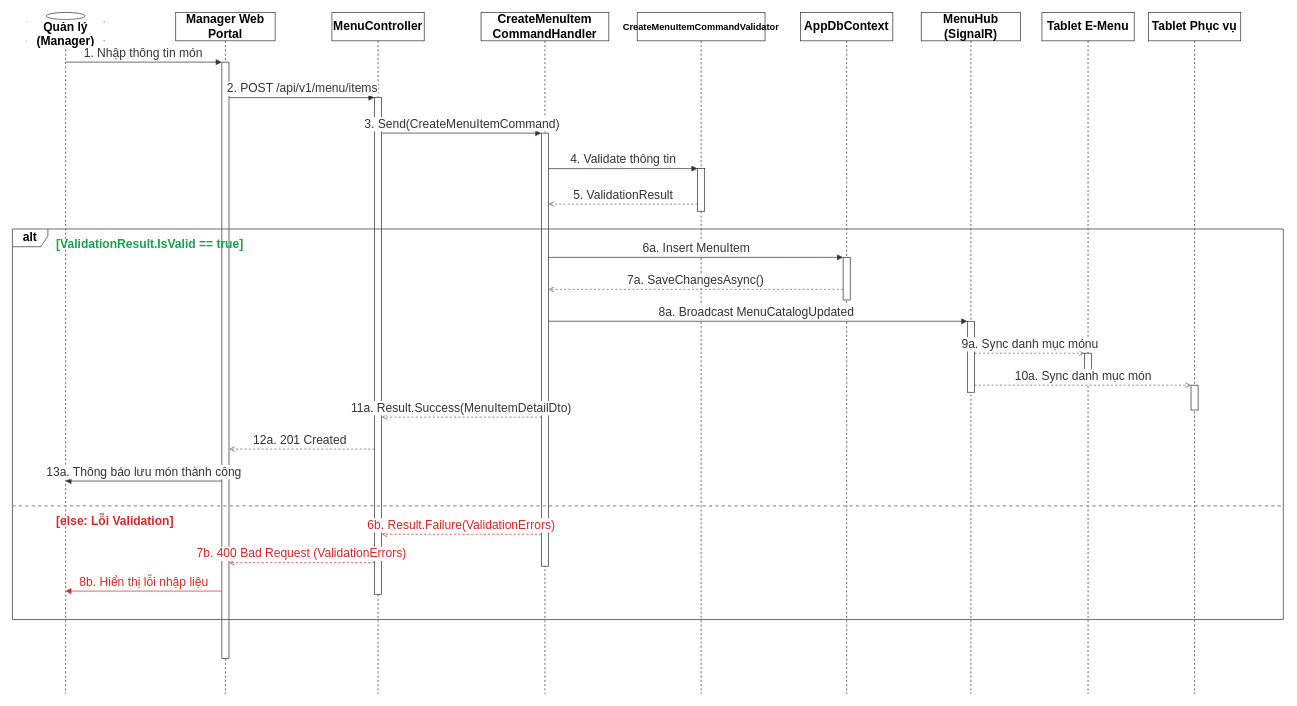
Earlier version of the draw.io diagram docs/phase1/drawio/sd11_menu_management.drawio (AndrewQng/VinDining). Source tidied: cells renumbered, new cells numbered last; positions are measured from the earlier drawing's top-left corner, leaving out a move shared by most shapes. Both pictures are drawn from the tidied source at 71%, with x=0, y=0 at pixel (12, 12).
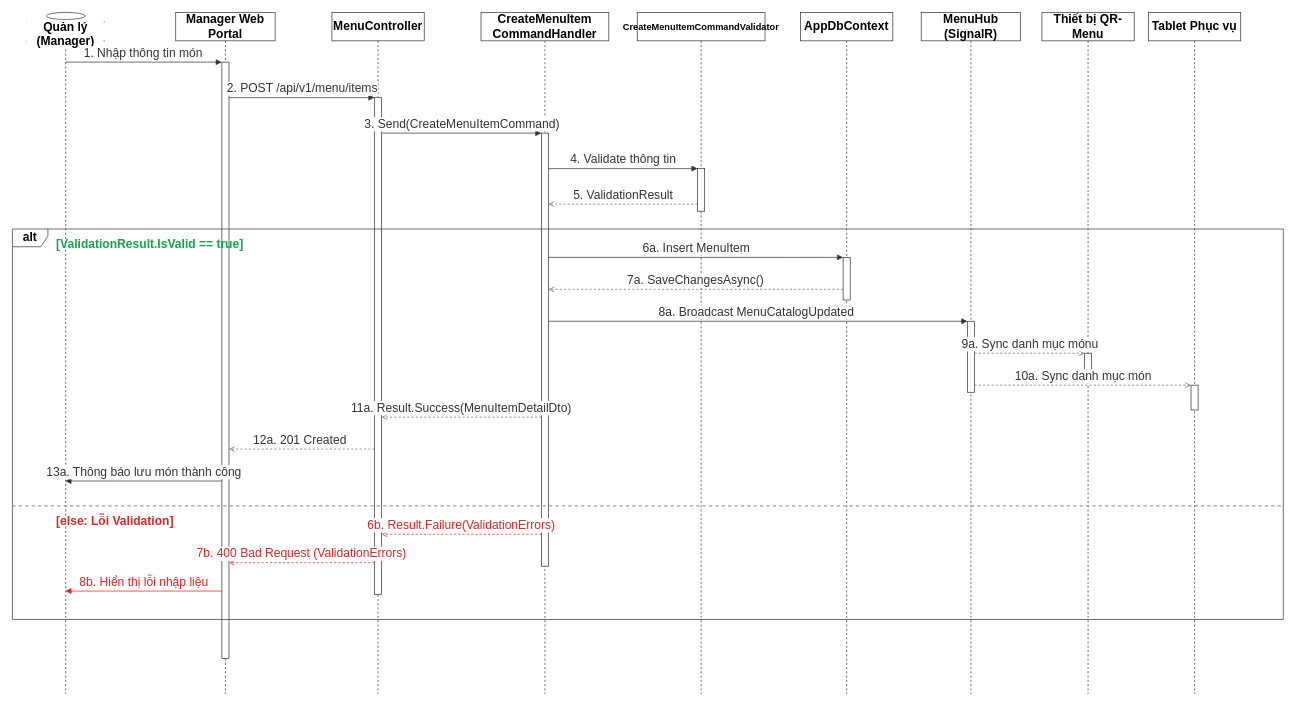
After the change.

What changed in the source:
```diff
@@
-    <mxCell id="15" value="Tablet E-Menu" style="shape=umlLifeline;perimeter=lifelinePerimeter;whiteSpace=wrap;html=1;size=40;fontSize=17;fontStyle=1;strokeColor=#333333;" parent="1" vertex="1">
+    <mxCell id="15" value="Thiết bị QR-Menu" style="shape=umlLifeline;perimeter=lifelinePerimeter;whiteSpace=wrap;html=1;size=40;fontSize=17;fontStyle=1;strokeColor=#333333;" parent="1" vertex="1">
       <mxGeometry x="1450" width="130" height="960" as="geometry" />
     </mxCell>
```
